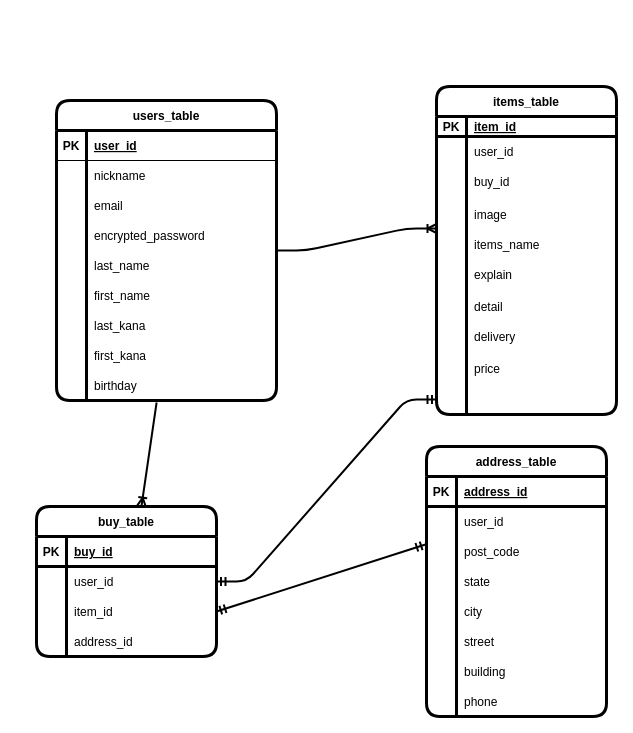
Before: test.dio in LightBigpark/furima-37675, a draw.io diagram. Source tidied: cells renumbered, new cells numbered last; positions are measured from the earlier drawing's top-left corner, leaving out a move shared by most shapes. Both pictures are drawn from the tidied source at 100%, with x=0, y=0 at pixel (36, 86).
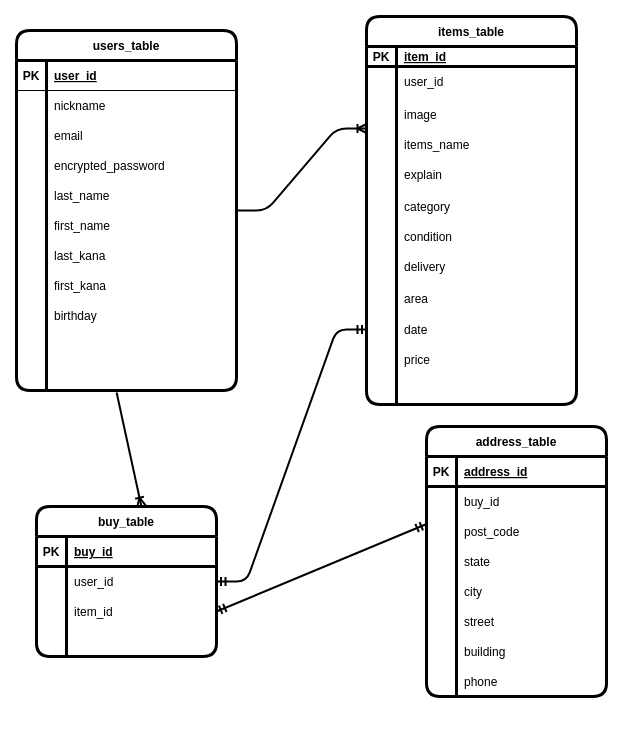
The same diagram, later.

Unchanged cells that the change refers to:
```xml
<mxCell id="27" style="shape=partialRectangle;fillColor=none;top=0;left=0;bottom=0;right=0;points=[[0,0.5],[1,0.5]];portConstraint=eastwest;rounded=1;labelBorderColor=none;fontSize=12;strokeColor=#000000;strokeWidth=3;" parent="2" vertex="1">
  <mxGeometry y="270" width="220" height="30" as="geometry" />
</mxCell>
<mxCell id="34" style="shape=partialRectangle;fillColor=none;top=0;left=0;bottom=0;right=0;rounded=1;strokeWidth=3;" parent="30" vertex="1">
  <mxGeometry y="60" width="180" height="30" as="geometry" />
</mxCell>
<mxCell id="86" value="buy_table" style="shape=table;startSize=30;childLayout=tableLayout;rowLines=0;fontStyle=1;align=center;rounded=1;strokeColor=#000000;strokeWidth=3;" parent="1" vertex="1">
  <mxGeometry y="420" width="180" height="150" as="geometry" />
</mxCell>
<mxCell id="96" style="shape=partialRectangle;fillColor=none;top=0;left=0;bottom=0;right=0;rounded=1;strokeColor=#000000;strokeWidth=3;" parent="86" vertex="1">
  <mxGeometry y="120" width="180" height="30" as="geometry" />
</mxCell>
```

The edit, as a diff of the source:
```diff
@@
     <mxCell id="2" value="users_table" style="shape=table;startSize=30;childLayout=tableLayout;rowLines=0;fontStyle=1;align=center;rounded=1;strokeWidth=3;" parent="1" vertex="1">
-      <mxGeometry x="20" y="14" width="220" height="300" as="geometry" />
+      <mxGeometry x="-20" y="-56" width="220" height="360" as="geometry" />
     </mxCell>
@@
+    <mxCell id="103" style="shape=partialRectangle;fillColor=none;top=0;left=0;bottom=0;right=0;" parent="2" vertex="1">
+      <mxGeometry y="300" width="220" height="30" as="geometry" />
+    </mxCell>
+    <mxCell id="104" style="shape=partialRectangle;fillColor=none;top=0;left=0;bottom=0;right=0;overflow=hidden;" parent="103" vertex="1">
+      <mxGeometry width="30" height="30" as="geometry" />
+    </mxCell>
+    <mxCell id="105" style="shape=partialRectangle;fillColor=none;top=0;left=0;bottom=0;right=0;align=left;spacingLeft=6;overflow=hidden;" parent="103" vertex="1">
+      <mxGeometry x="30" width="190" height="30" as="geometry" />
+    </mxCell>
+    <mxCell id="106" style="shape=partialRectangle;fillColor=none;top=0;left=0;bottom=0;right=0;points=[[0,0.5],[1,0.5]];portConstraint=eastwest;" parent="2" vertex="1">
+      <mxGeometry y="330" width="220" height="30" as="geometry" />
+    </mxCell>
+    <mxCell id="107" style="shape=partialRectangle;fillColor=none;top=0;left=0;bottom=0;right=0;overflow=hidden;" parent="106" vertex="1">
+      <mxGeometry width="30" height="30" as="geometry" />
+    </mxCell>
+    <mxCell id="108" style="shape=partialRectangle;fillColor=none;top=0;left=0;bottom=0;right=0;align=left;spacingLeft=6;overflow=hidden;" parent="106" vertex="1">
+      <mxGeometry x="30" width="190" height="30" as="geometry" />
+    </mxCell>
     <mxCell id="30" value="address_table" style="shape=table;startSize=30;childLayout=tableLayout;rowLines=0;fontStyle=1;align=center;rounded=1;strokeWidth=3;" parent="1" vertex="1">
-      <mxGeometry x="390" y="360" width="180" height="270" as="geometry" />
+      <mxGeometry x="390" y="340" width="180" height="270" as="geometry" />
     </mxCell>
@@
-    <mxCell id="36" value="user_id" style="shape=partialRectangle;fillColor=none;top=0;left=0;bottom=0;right=0;align=left;spacingLeft=6;overflow=hidden;rounded=1;strokeWidth=3;" parent="34" vertex="1">
+    <mxCell id="36" value="buy_id" style="shape=partialRectangle;fillColor=none;top=0;left=0;bottom=0;right=0;align=left;spacingLeft=6;overflow=hidden;rounded=1;strokeWidth=3;" parent="34" vertex="1">
       <mxGeometry x="30" width="150" height="30" as="geometry" />
     </mxCell>
@@
     <mxCell id="55" value="items_table" style="shape=table;startSize=30;childLayout=tableLayout;rowLines=0;fontStyle=1;align=center;rounded=1;strokeColor=#000000;strokeWidth=3;" parent="1" vertex="1">
-      <mxGeometry x="400" width="180" height="328" as="geometry" />
+      <mxGeometry x="330" y="-70" width="210" height="388" as="geometry" />
     </mxCell>
     <mxCell id="56" style="shape=partialRectangle;fillColor=none;top=0;left=0;bottom=1;right=0;rounded=1;strokeColor=#000000;strokeWidth=3;" parent="55" vertex="1">
-      <mxGeometry y="30" width="180" height="20" as="geometry" />
+      <mxGeometry y="30" width="210" height="20" as="geometry" />
     </mxCell>
@@
     <mxCell id="58" value="item_id" style="shape=partialRectangle;fillColor=none;top=0;left=0;bottom=0;right=0;align=left;spacingLeft=6;fontStyle=5;overflow=hidden;rounded=1;strokeColor=#000000;strokeWidth=3;" parent="56" vertex="1">
-      <mxGeometry x="30" width="150" height="20" as="geometry" />
+      <mxGeometry x="30" width="180" height="20" as="geometry" />
     </mxCell>
     <mxCell id="59" style="shape=partialRectangle;fillColor=none;top=0;left=0;bottom=0;right=0;rounded=1;labelBorderColor=none;fontSize=12;strokeColor=#000000;strokeWidth=3;" parent="55" vertex="1">
-      <mxGeometry y="50" width="180" height="30" as="geometry" />
+      <mxGeometry y="50" width="210" height="30" as="geometry" />
     </mxCell>
@@
     <mxCell id="61" value="user_id" style="shape=partialRectangle;fillColor=none;top=0;left=0;bottom=0;right=0;align=left;spacingLeft=6;overflow=hidden;rounded=1;labelBorderColor=none;fontSize=12;strokeColor=#000000;strokeWidth=3;" parent="59" vertex="1">
-      <mxGeometry x="30" width="150" height="30" as="geometry" />
+      <mxGeometry x="30" width="180" height="30" as="geometry" />
     </mxCell>
-    <mxCell id="62" style="shape=partialRectangle;fillColor=none;top=0;left=0;bottom=0;right=0;rounded=1;labelBorderColor=none;fontSize=12;strokeColor=#000000;strokeWidth=3;" parent="55" vertex="1">
-      <mxGeometry y="80" width="180" height="30" as="geometry" />
-    </mxCell>
-    <mxCell id="63" style="shape=partialRectangle;fillColor=none;top=0;left=0;bottom=0;right=0;overflow=hidden;rounded=1;labelBorderColor=none;fontSize=12;strokeColor=#000000;strokeWidth=3;" parent="62" vertex="1">
-      <mxGeometry width="30" height="30" as="geometry" />
-    </mxCell>
-    <mxCell id="64" value="buy_id" style="shape=partialRectangle;fillColor=none;top=0;left=0;bottom=0;right=0;align=left;spacingLeft=6;overflow=hidden;rounded=1;labelBorderColor=none;fontSize=12;strokeColor=#000000;strokeWidth=3;" parent="62" vertex="1">
-      <mxGeometry x="30" width="150" height="30" as="geometry" />
-    </mxCell>
     <mxCell id="65" style="shape=partialRectangle;fillColor=none;top=0;left=0;bottom=0;right=0;points=[[0,0.5],[1,0.5]];portConstraint=eastwest;rounded=1;strokeColor=#000000;strokeWidth=3;" parent="55" vertex="1">
-      <mxGeometry y="110" width="180" height="35" as="geometry" />
+      <mxGeometry y="80" width="210" height="35" as="geometry" />
     </mxCell>
@@
     <mxCell id="67" value="image" style="shape=partialRectangle;fillColor=none;top=0;left=0;bottom=0;right=0;align=left;spacingLeft=6;overflow=hidden;rounded=1;strokeColor=#000000;strokeWidth=3;" parent="65" vertex="1">
-      <mxGeometry x="30" width="150" height="35" as="geometry" />
+      <mxGeometry x="30" width="180" height="35" as="geometry" />
     </mxCell>
     <mxCell id="68" style="shape=partialRectangle;fillColor=none;top=0;left=0;bottom=0;right=0;rounded=1;strokeColor=#000000;strokeWidth=3;" parent="55" vertex="1">
-      <mxGeometry y="145" width="180" height="25" as="geometry" />
+      <mxGeometry y="115" width="210" height="25" as="geometry" />
     </mxCell>
@@
     <mxCell id="70" value="items_name" style="shape=partialRectangle;fillColor=none;top=0;left=0;bottom=0;right=0;align=left;spacingLeft=6;overflow=hidden;rounded=1;strokeColor=#000000;strokeWidth=3;" parent="68" vertex="1">
-      <mxGeometry x="30" width="150" height="25" as="geometry" />
+      <mxGeometry x="30" width="180" height="25" as="geometry" />
     </mxCell>
     <mxCell id="71" style="shape=partialRectangle;fillColor=none;top=0;left=0;bottom=0;right=0;rounded=1;strokeColor=#000000;strokeWidth=3;" parent="55" vertex="1">
-      <mxGeometry y="170" width="180" height="35" as="geometry" />
+      <mxGeometry y="140" width="210" height="35" as="geometry" />
     </mxCell>
@@
     <mxCell id="73" value="explain" style="shape=partialRectangle;fillColor=none;top=0;left=0;bottom=0;right=0;align=left;spacingLeft=6;overflow=hidden;rounded=1;strokeColor=#000000;strokeWidth=3;" parent="71" vertex="1">
-      <mxGeometry x="30" width="150" height="35" as="geometry" />
+      <mxGeometry x="30" width="180" height="35" as="geometry" />
     </mxCell>
     <mxCell id="74" style="shape=partialRectangle;fillColor=none;top=0;left=0;bottom=0;right=0;rounded=1;labelBorderColor=none;fontSize=12;strokeColor=#000000;strokeWidth=3;" parent="55" vertex="1">
-      <mxGeometry y="205" width="180" height="30" as="geometry" />
+      <mxGeometry y="175" width="210" height="30" as="geometry" />
     </mxCell>
@@
-    <mxCell id="76" value="detail" style="shape=partialRectangle;fillColor=none;top=0;left=0;bottom=0;right=0;align=left;spacingLeft=6;overflow=hidden;rounded=1;labelBorderColor=none;fontSize=12;strokeColor=#000000;strokeWidth=3;" parent="74" vertex="1">
-      <mxGeometry x="30" width="150" height="30" as="geometry" />
+    <mxCell id="76" value="category" style="shape=partialRectangle;fillColor=none;top=0;left=0;bottom=0;right=0;align=left;spacingLeft=6;overflow=hidden;rounded=1;labelBorderColor=none;fontSize=12;strokeColor=#000000;strokeWidth=3;" parent="74" vertex="1">
+      <mxGeometry x="30" width="180" height="30" as="geometry" />
     </mxCell>
+    <mxCell id="109" style="shape=partialRectangle;fillColor=none;top=0;left=0;bottom=0;right=0;" parent="55" vertex="1">
+      <mxGeometry y="205" width="210" height="30" as="geometry" />
+    </mxCell>
+    <mxCell id="110" style="shape=partialRectangle;fillColor=none;top=0;left=0;bottom=0;right=0;overflow=hidden;" parent="109" vertex="1">
+      <mxGeometry width="30" height="30" as="geometry" />
+    </mxCell>
+    <mxCell id="111" value="condition" style="shape=partialRectangle;fillColor=none;top=0;left=0;bottom=0;right=0;align=left;spacingLeft=6;overflow=hidden;" parent="109" vertex="1">
+      <mxGeometry x="30" width="180" height="30" as="geometry" />
+    </mxCell>
     <mxCell id="77" style="shape=partialRectangle;fillColor=none;top=0;left=0;bottom=0;right=0;rounded=1;labelBorderColor=none;fontSize=12;strokeColor=#000000;strokeWidth=3;" parent="55" vertex="1">
-      <mxGeometry y="235" width="180" height="30" as="geometry" />
+      <mxGeometry y="235" width="210" height="30" as="geometry" />
     </mxCell>
@@
     <mxCell id="79" value="delivery" style="shape=partialRectangle;fillColor=none;top=0;left=0;bottom=0;right=0;align=left;spacingLeft=6;overflow=hidden;rounded=1;labelBorderColor=none;fontSize=12;strokeColor=#000000;strokeWidth=3;" parent="77" vertex="1">
-      <mxGeometry x="30" width="150" height="30" as="geometry" />
+      <mxGeometry x="30" width="180" height="30" as="geometry" />
     </mxCell>
     <mxCell id="80" style="shape=partialRectangle;fillColor=none;top=0;left=0;bottom=0;right=0;rounded=1;labelBorderColor=none;fontSize=12;strokeColor=#000000;strokeWidth=3;" parent="55" vertex="1">
-      <mxGeometry y="265" width="180" height="33" as="geometry" />
+      <mxGeometry y="265" width="210" height="33" as="geometry" />
     </mxCell>
@@
-    <mxCell id="82" value="price" style="shape=partialRectangle;fillColor=none;top=0;left=0;bottom=0;right=0;align=left;spacingLeft=6;overflow=hidden;rounded=1;labelBorderColor=none;fontSize=12;strokeColor=#000000;strokeWidth=3;" parent="80" vertex="1">
-      <mxGeometry x="30" width="150" height="33" as="geometry" />
+    <mxCell id="82" value="area" style="shape=partialRectangle;fillColor=none;top=0;left=0;bottom=0;right=0;align=left;spacingLeft=6;overflow=hidden;rounded=1;labelBorderColor=none;fontSize=12;strokeColor=#000000;strokeWidth=3;" parent="80" vertex="1">
+      <mxGeometry x="30" width="180" height="33" as="geometry" />
     </mxCell>
     <mxCell id="83" style="shape=partialRectangle;fillColor=none;top=0;left=0;bottom=0;right=0;points=[[0,0.5],[1,0.5]];portConstraint=eastwest;rounded=1;labelBorderColor=none;fontSize=12;strokeColor=#000000;strokeWidth=3;" parent="55" vertex="1">
-      <mxGeometry y="298" width="180" height="30" as="geometry" />
+      <mxGeometry y="298" width="210" height="30" as="geometry" />
     </mxCell>
@@
-    <mxCell id="85" style="shape=partialRectangle;fillColor=none;top=0;left=0;bottom=0;right=0;align=left;spacingLeft=6;overflow=hidden;rounded=1;labelBorderColor=none;fontSize=12;strokeColor=#000000;strokeWidth=3;" parent="83" vertex="1">
-      <mxGeometry x="30" width="150" height="30" as="geometry" />
+    <mxCell id="85" value="date" style="shape=partialRectangle;fillColor=none;top=0;left=0;bottom=0;right=0;align=left;spacingLeft=6;overflow=hidden;rounded=1;labelBorderColor=none;fontSize=12;strokeColor=#000000;strokeWidth=3;" parent="83" vertex="1">
+      <mxGeometry x="30" width="180" height="30" as="geometry" />
     </mxCell>
+    <mxCell id="112" style="shape=partialRectangle;fillColor=none;top=0;left=0;bottom=0;right=0;" parent="55" vertex="1">
+      <mxGeometry y="328" width="210" height="30" as="geometry" />
+    </mxCell>
+    <mxCell id="113" style="shape=partialRectangle;fillColor=none;top=0;left=0;bottom=0;right=0;overflow=hidden;" parent="112" vertex="1">
+      <mxGeometry width="30" height="30" as="geometry" />
+    </mxCell>
+    <mxCell id="114" value="price" style="shape=partialRectangle;fillColor=none;top=0;left=0;bottom=0;right=0;align=left;spacingLeft=6;overflow=hidden;" parent="112" vertex="1">
+      <mxGeometry x="30" width="180" height="30" as="geometry" />
+    </mxCell>
+    <mxCell id="62" style="shape=partialRectangle;fillColor=none;top=0;left=0;bottom=0;right=0;rounded=1;labelBorderColor=none;fontSize=12;strokeColor=#000000;strokeWidth=3;" parent="55" vertex="1">
+      <mxGeometry y="358" width="210" height="30" as="geometry" />
+    </mxCell>
+    <mxCell id="63" style="shape=partialRectangle;fillColor=none;top=0;left=0;bottom=0;right=0;overflow=hidden;rounded=1;labelBorderColor=none;fontSize=12;strokeColor=#000000;strokeWidth=3;" parent="62" vertex="1">
+      <mxGeometry width="30" height="30" as="geometry" />
+    </mxCell>
+    <mxCell id="64" style="shape=partialRectangle;fillColor=none;top=0;left=0;bottom=0;right=0;align=left;spacingLeft=6;overflow=hidden;rounded=1;labelBorderColor=none;fontSize=12;strokeColor=#000000;strokeWidth=3;" parent="62" vertex="1">
+      <mxGeometry x="30" width="180" height="30" as="geometry" />
+    </mxCell>
@@
-    <mxCell id="98" value="address_id" style="shape=partialRectangle;fillColor=none;top=0;left=0;bottom=0;right=0;align=left;spacingLeft=6;overflow=hidden;rounded=1;strokeColor=#000000;strokeWidth=3;" parent="96" vertex="1">
+    <mxCell id="98" style="shape=partialRectangle;fillColor=none;top=0;left=0;bottom=0;right=0;align=left;spacingLeft=6;overflow=hidden;rounded=1;strokeColor=#000000;strokeWidth=3;" parent="96" vertex="1">
       <mxGeometry x="30" width="150" height="30" as="geometry" />
     </mxCell>
@@
-    <mxCell id="101" style="fontSize=12;html=1;endArrow=ERoneToMany;strokeWidth=2;entryX=0.583;entryY=0;entryDx=0;entryDy=0;entryPerimeter=0;exitX=0.455;exitY=1.067;exitDx=0;exitDy=0;exitPerimeter=0;" parent="1" edge="1" source="27" target="86">
+    <mxCell id="101" style="fontSize=12;html=1;endArrow=ERoneToMany;strokeWidth=2;entryX=0.583;entryY=0;entryDx=0;entryDy=0;entryPerimeter=0;exitX=0.455;exitY=1.067;exitDx=0;exitDy=0;exitPerimeter=0;" parent="1" edge="1" source="106" target="86">
       <mxGeometry relative="1" as="geometry" />
     </mxCell>
```
